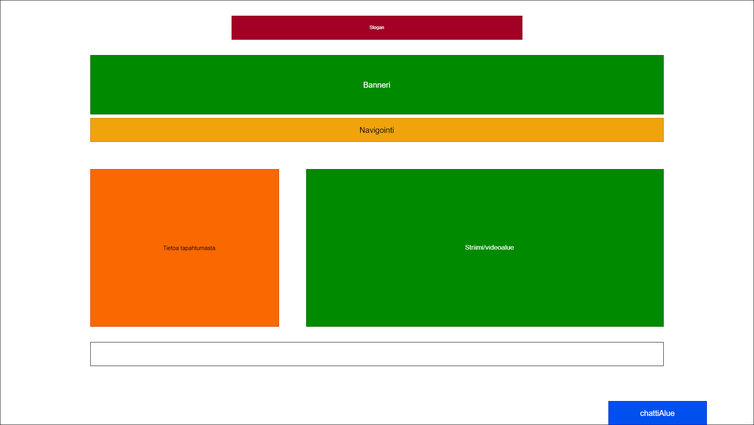
Krugou/MedJakTieVir keeps this draw.io diagram as viikko1/wireframe.png. Above is the earlier version. Source tidied: cells renumbered, new cells last; positions are measured from the earlier drawing's top-left corner, leaving out a move shared by most shapes.
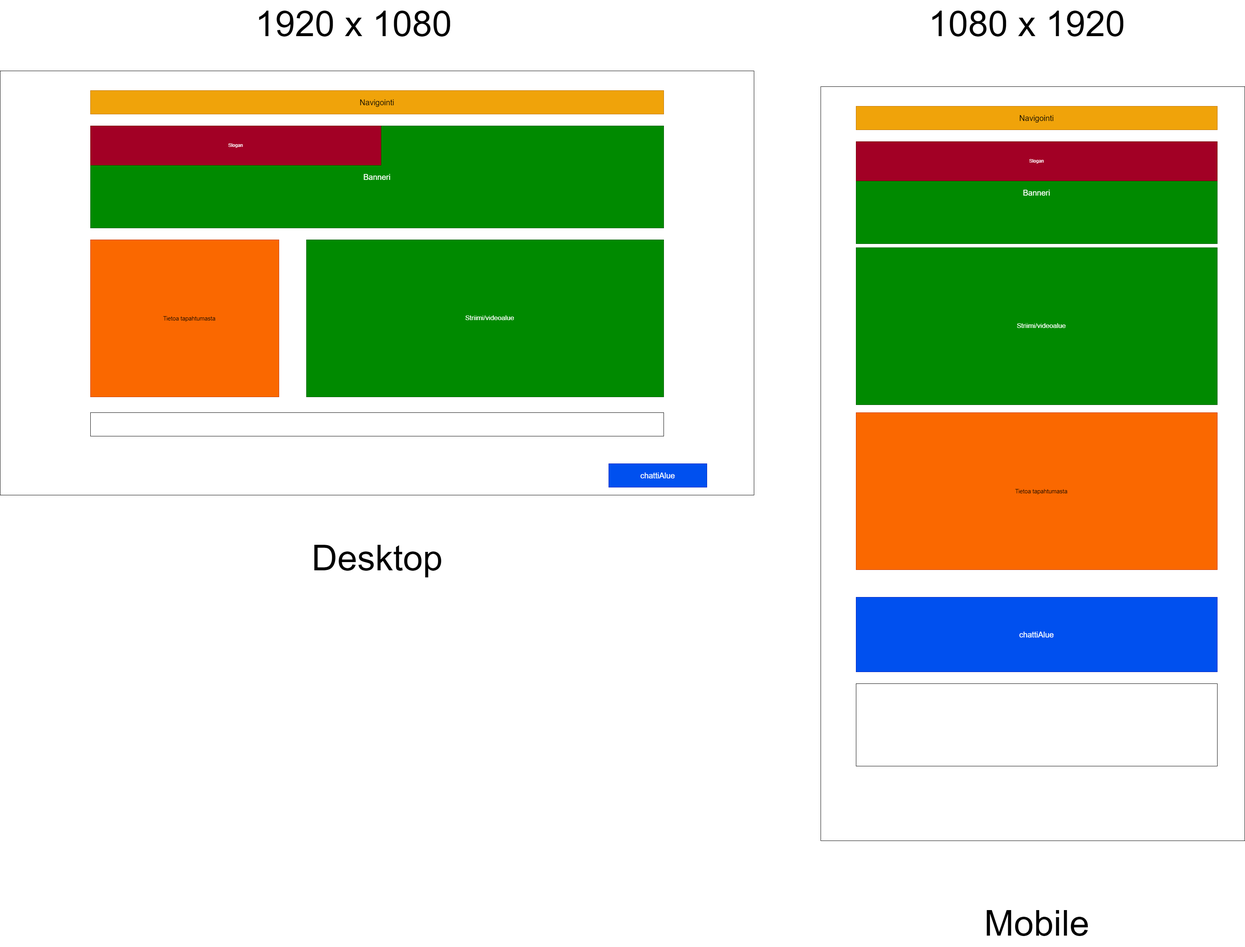
After the change.

Change to the diagram source:
```diff
@@ -6,16 +6,16 @@
       <mxGeometry width="1920" height="1080" as="geometry" />
     </mxCell>
     <mxCell id="3" value="&lt;font style=&quot;font-size: 20px;&quot;&gt;Banneri&lt;/font&gt;" style="rounded=0;whiteSpace=wrap;html=1;fillColor=#008a00;fontColor=#ffffff;strokeColor=#005700;" parent="1" vertex="1">
-      <mxGeometry x="230" y="140" width="1460" height="150" as="geometry" />
+      <mxGeometry x="230" y="140" width="1460" height="260" as="geometry" />
     </mxCell>
     <mxCell id="4" value="&lt;font style=&quot;font-size: 20px;&quot;&gt;Navigointi&lt;/font&gt;" style="rounded=0;whiteSpace=wrap;html=1;fillColor=#f0a30a;fontColor=#000000;strokeColor=#BD7000;" parent="1" vertex="1">
-      <mxGeometry x="230" y="300" width="1460" height="60" as="geometry" />
+      <mxGeometry x="230" y="50" width="1460" height="60" as="geometry" />
     </mxCell>
     <mxCell id="5" value="chattiAlue" style="rounded=0;whiteSpace=wrap;html=1;fontSize=20;fillColor=#0050ef;fontColor=#ffffff;strokeColor=#001DBC;" parent="1" vertex="1">
-      <mxGeometry x="1550" y="1020" width="250" height="60" as="geometry" />
+      <mxGeometry x="1550" y="1000" width="250" height="60" as="geometry" />
     </mxCell>
     <mxCell id="6" value="Slogan" style="rounded=0;whiteSpace=wrap;html=1;fillColor=#a20025;fontColor=#ffffff;strokeColor=#6F0000;" parent="1" vertex="1">
-      <mxGeometry x="590" y="40" width="740" height="60" as="geometry" />
+      <mxGeometry x="230" y="140" width="740" height="100" as="geometry" />
     </mxCell>
     <mxCell id="7" value="&lt;p style=&quot;margin: 0in 0in 0in 0.25in; font-family: &amp;quot;Times New Roman&amp;quot;, serif; text-align: start; vertical-align: baseline;&quot;&gt;&lt;span style=&quot;font-family: Arial, sans-serif;&quot; lang=&quot;FI&quot;&gt;&lt;font style=&quot;font-size: 17px;&quot; color=&quot;#ffffff&quot;&gt;Striimi/videoalue&lt;/font&gt;&lt;/span&gt;&lt;/p&gt;" style="rounded=0;whiteSpace=wrap;html=1;rotation=0;fillColor=#008a00;fontColor=#ffffff;strokeColor=#005700;" parent="1" vertex="1">
       <mxGeometry x="780" y="430" width="910" height="400" as="geometry" />
@@ -26,5 +26,41 @@
     <mxCell id="9" value="Footer" style="rounded=0;whiteSpace=wrap;html=1;fontSize=17;fontColor=#FFFFFF;" parent="1" vertex="1">
       <mxGeometry x="230" y="870" width="1460" height="60" as="geometry" />
     </mxCell>
+    <mxCell id="10" style="rounded=0;whiteSpace=wrap;html=1;" parent="1" vertex="1">
+      <mxGeometry x="2090" y="40" width="1080" height="1920" as="geometry" />
+    </mxCell>
+    <mxCell id="11" value="&lt;font style=&quot;font-size: 20px;&quot;&gt;Banneri&lt;/font&gt;" style="rounded=0;whiteSpace=wrap;html=1;fillColor=#008a00;fontColor=#ffffff;strokeColor=#005700;" parent="1" vertex="1">
+      <mxGeometry x="2180" y="180" width="920" height="260" as="geometry" />
+    </mxCell>
+    <mxCell id="12" value="&lt;font style=&quot;font-size: 20px;&quot;&gt;Navigointi&lt;/font&gt;" style="rounded=0;whiteSpace=wrap;html=1;fillColor=#f0a30a;fontColor=#000000;strokeColor=#BD7000;" parent="1" vertex="1">
+      <mxGeometry x="2180" y="90" width="920" height="60" as="geometry" />
+    </mxCell>
+    <mxCell id="13" value="chattiAlue" style="rounded=0;whiteSpace=wrap;html=1;fontSize=20;fillColor=#0050ef;fontColor=#ffffff;strokeColor=#001DBC;" parent="1" vertex="1">
+      <mxGeometry x="2180" y="1340" width="920" height="190" as="geometry" />
+    </mxCell>
+    <mxCell id="14" value="Slogan" style="rounded=0;whiteSpace=wrap;html=1;fillColor=#a20025;fontColor=#ffffff;strokeColor=#6F0000;" parent="1" vertex="1">
+      <mxGeometry x="2180" y="180" width="920" height="100" as="geometry" />
+    </mxCell>
+    <mxCell id="15" value="&lt;p style=&quot;margin: 0in 0in 0in 0.25in; font-family: &amp;quot;Times New Roman&amp;quot;, serif; text-align: start; vertical-align: baseline;&quot;&gt;&lt;span style=&quot;font-family: Arial, sans-serif;&quot; lang=&quot;FI&quot;&gt;&lt;font style=&quot;font-size: 17px;&quot; color=&quot;#ffffff&quot;&gt;Striimi/videoalue&lt;/font&gt;&lt;/span&gt;&lt;/p&gt;" style="rounded=0;whiteSpace=wrap;html=1;rotation=0;fillColor=#008a00;fontColor=#ffffff;strokeColor=#005700;" parent="1" vertex="1">
+      <mxGeometry x="2180" y="450" width="920" height="400" as="geometry" />
+    </mxCell>
+    <mxCell id="16" value="&lt;p style=&quot;margin: 0in 0in 0in 0.25in; font-size: 12pt; font-family: &amp;quot;Times New Roman&amp;quot;, serif; text-align: start; vertical-align: baseline;&quot;&gt;&lt;span style=&quot;font-size: 11pt; font-family: Arial, sans-serif;&quot; lang=&quot;FI&quot;&gt;Tietoa tapahtumasta&lt;font color=&quot;#000000&quot;&gt;&lt;/font&gt;&lt;/span&gt;&lt;/p&gt;" style="rounded=0;whiteSpace=wrap;html=1;fontSize=17;fillColor=#fa6800;strokeColor=#C73500;fontColor=#000000;" parent="1" vertex="1">
+      <mxGeometry x="2180" y="870" width="920" height="400" as="geometry" />
+    </mxCell>
+    <mxCell id="17" value="Footer" style="rounded=0;whiteSpace=wrap;html=1;fontSize=17;fontColor=#FFFFFF;" parent="1" vertex="1">
+      <mxGeometry x="2180" y="1560" width="920" height="210" as="geometry" />
+    </mxCell>
+    <mxCell id="18" value="&lt;font style=&quot;font-size: 91px;&quot;&gt;Desktop&lt;/font&gt;" style="text;html=1;align=center;verticalAlign=middle;strokeColor=none;fillColor=none;" parent="1" vertex="1">
+      <mxGeometry x="780" y="1180" width="360" height="120" as="geometry" />
+    </mxCell>
+    <mxCell id="19" value="&lt;font style=&quot;font-size: 91px;&quot;&gt;Mobile&lt;/font&gt;" style="text;html=1;align=center;verticalAlign=middle;strokeColor=none;fillColor=none;" parent="1" vertex="1">
+      <mxGeometry x="2495" y="2110" width="290" height="120" as="geometry" />
+    </mxCell>
+    <mxCell id="20" value="&lt;span style=&quot;font-size: 91px;&quot;&gt;1920 x 1080&lt;/span&gt;" style="text;html=1;align=center;verticalAlign=middle;strokeColor=none;fillColor=none;" parent="1" vertex="1">
+      <mxGeometry x="640" y="-180" width="520" height="120" as="geometry" />
+    </mxCell>
+    <mxCell id="21" value="&lt;span style=&quot;font-size: 91px;&quot;&gt;1080 x&amp;nbsp;&lt;/span&gt;&lt;span style=&quot;font-size: 91px;&quot;&gt;1920 &amp;nbsp;&lt;/span&gt;" style="text;html=1;align=center;verticalAlign=middle;strokeColor=none;fillColor=none;" parent="1" vertex="1">
+      <mxGeometry x="2350" y="-180" width="580" height="120" as="geometry" />
+    </mxCell>
   </root>
 </mxGraphModel>
```
